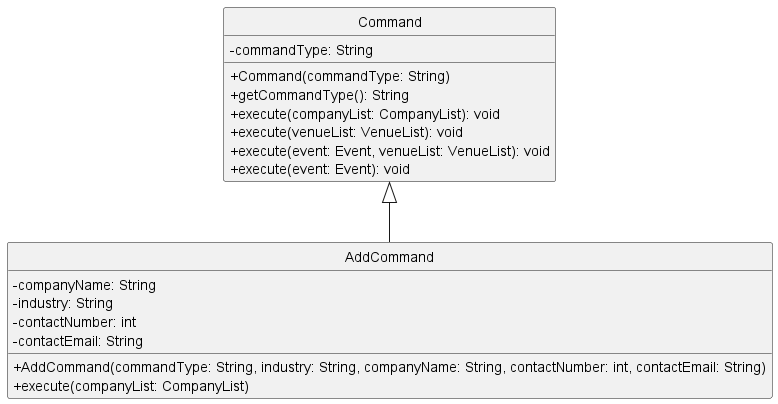
Before: docs/UML/Image/AddCommand_Class.png, a diagram exported from PlantUML (nus-cs2113-AY2223S2/tp). Its source is kept beside it as docs/UML/AddCommand_class.puml.
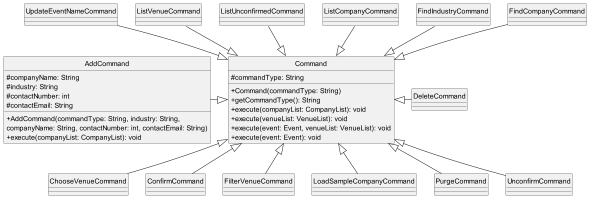
Above is the later version.

The edit, as a diff of the source:
```diff
@@ -3,10 +3,23 @@
 hide circle
 skinparam classAttributeIconSize 0
 
-Command <|-- AddCommand
+Command <|-l- AddCommand
+Command <|-- ChooseVenueCommand
+Command <|-- ConfirmCommand
+Command <|-r- DeleteCommand
+Command <|-- FilterVenueCommand
+Command <|-u- FindCompanyCommand
+Command <|-u- FindIndustryCommand
+Command <|-u- ListCompanyCommand
+Command <|-u- ListUnconfirmedCommand
+Command <|-u- ListVenueCommand
+Command <|-- LoadSampleCompanyCommand
+Command <|-- PurgeCommand
+Command <|-- UnconfirmCommand
+Command <|-u- UpdateEventNameCommand
 
 class Command{
--commandType: String
+#commandType: String
 +Command(commandType: String)
 +getCommandType(): String
 +execute(companyList: CompanyList): void
@@ -17,13 +30,29 @@
 
 
 class AddCommand {
--companyName: String
--industry: String
--contactNumber: int
--contactEmail: String
-+AddCommand(commandType: String, industry: String, companyName: String, contactNumber: int, contactEmail: String)
-+execute(companyList: CompanyList)
+#companyName: String
+#industry: String
+#contactNumber: int
+#contactEmail: String
++AddCommand(commandType: String, industry: String,
+companyName: String, contactNumber: int, contactEmail: String)
++execute(companyList: CompanyList): void
 }
+
+class ChooseVenueCommand {}
+class ConfirmCommand {}
+class DeleteCommand {}
+class FilterVenueCommand {}
+class FindCompanyCommand {}
+class FindIndustryCommand {}
+class ListCompanyCommand {}
+class ListUnconfirmedCommand {}
+class ListVenueCommand {}
+class LoadSampleCompanyCommand {}
+class PurgeCommand {}
+class UnconfirmCommand {}
+class UpdateEventNameCommand {}
+
 
 
 @enduml
```
